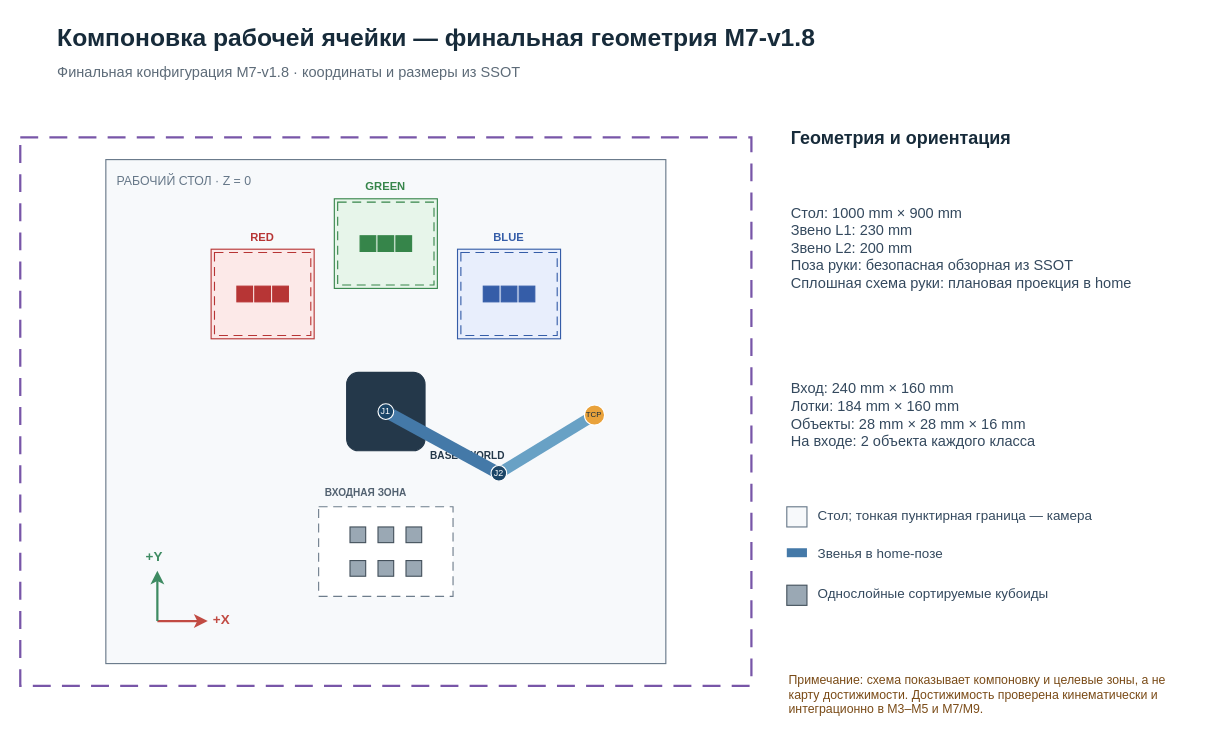
Before: 08_Записка/source/robot_layout_m7.drawio in Garun-mp4/kursach-ruslan, a draw.io diagram. Source tidied: cells renumbered, new cells numbered last; positions are measured from the earlier drawing's top-left corner, leaving out a move shared by most shapes. Both pictures are drawn from the tidied source at 112%, with x=0, y=0 at pixel (20, 19).
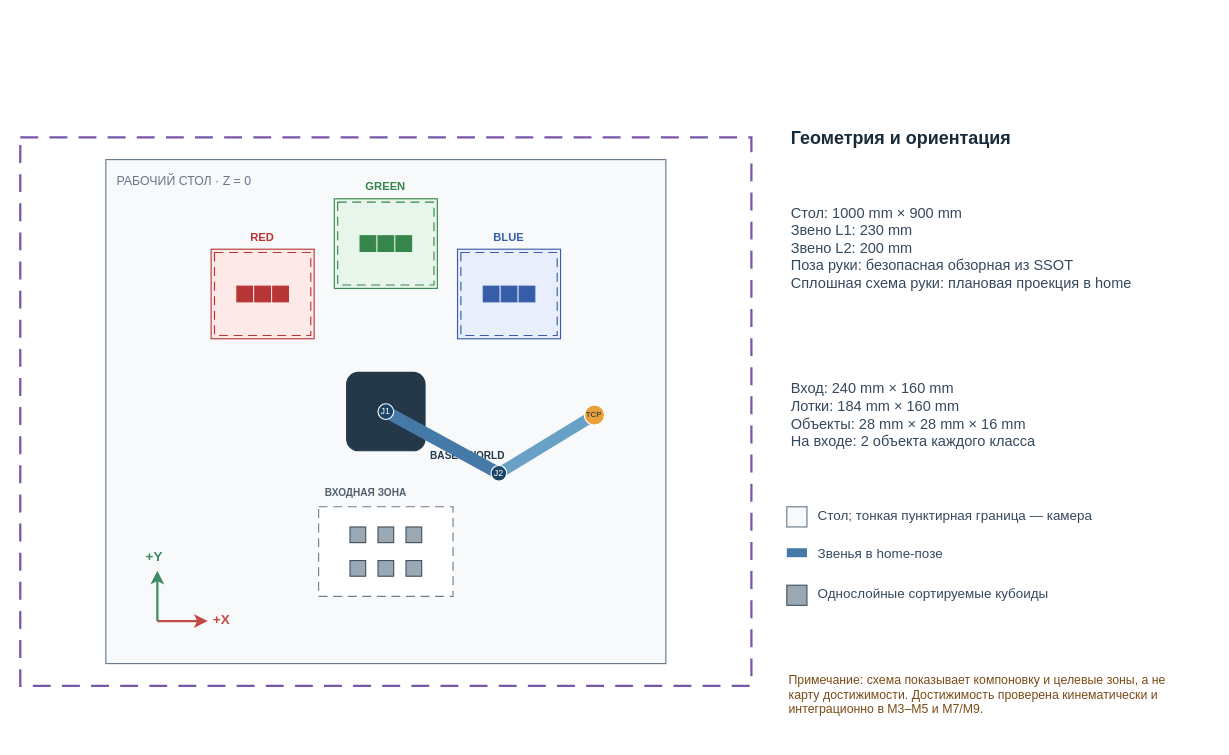
The same diagram, later.

What changed in the source:
```diff
@@
-    <mxCell id="2" value="Компоновка рабочей ячейки — финальная геометрия M7-v1.8" style="shape=rectangle;whiteSpace=wrap;html=1;fillColor=none;strokeColor=none;fontColor=#172B3A;fontSize=22;fontFamily=Arial;align=left;verticalAlign=middle;rounded=0;opacity=100;fontStyle=1;" parent="1" vertex="1">
-      <mxGeometry x="31" width="1030" height="34" as="geometry" />
-    </mxCell>
-    <mxCell id="3" value="Финальная конфигурация M7-v1.8 · координаты и размеры из SSOT" style="shape=rectangle;whiteSpace=wrap;html=1;fillColor=none;strokeColor=none;fontColor=#5D6B78;fontSize=13;fontFamily=Arial;align=left;verticalAlign=middle;rounded=0;opacity=100;" parent="1" vertex="1">
-      <mxGeometry x="31" y="34" width="1030" height="26" as="geometry" />
-    </mxCell>
```
